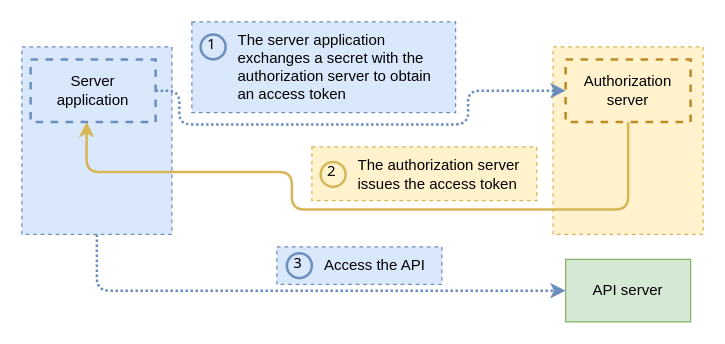
abunuwas/api-sec-book-imgs keeps this draw.io diagram as page "7.8" (8 of 14) of ch07.drawio. Above is the earlier version. Source tidied: cells renumbered, new cells numbered last; positions are measured from the earlier drawing's top-left corner, leaving out a move shared by most shapes. Both pictures are drawn from the tidied source at 125%, with x=0, y=0 at pixel (21, 21).
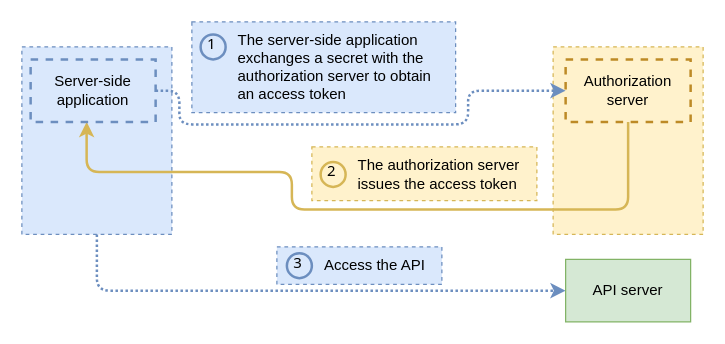
The same diagram, later.

Change to the diagram source:
```diff
@@
-    <mxCell id="7" value="&lt;span style=&quot;text-align: center;&quot;&gt;The server application exchanges a secret with the authorization server to obtain an access token&lt;/span&gt;" style="text;html=1;strokeColor=#6c8ebf;fillColor=#dae8fc;align=left;verticalAlign=middle;whiteSpace=wrap;rounded=0;dashed=1;spacingLeft=35;spacingRight=5;" parent="1" vertex="1">
+    <mxCell id="7" value="&lt;span style=&quot;text-align: center;&quot;&gt;The server-side application exchanges a secret with the authorization server to obtain an access token&lt;/span&gt;" style="text;html=1;strokeColor=#6c8ebf;fillColor=#dae8fc;align=left;verticalAlign=middle;whiteSpace=wrap;rounded=0;dashed=1;spacingLeft=35;spacingRight=5;" parent="1" vertex="1">
       <mxGeometry x="136" width="211" height="72.5" as="geometry" />
     </mxCell>
@@
-    <mxCell id="9" value="Server application" style="rounded=0;whiteSpace=wrap;html=1;dashed=1;fillColor=#dae8fc;strokeColor=#6c8ebf;strokeWidth=2;spacingLeft=10;spacingRight=10;" parent="1" vertex="1">
+    <mxCell id="9" value="Server-side application" style="rounded=0;whiteSpace=wrap;html=1;dashed=1;fillColor=#dae8fc;strokeColor=#6c8ebf;strokeWidth=2;spacingLeft=10;spacingRight=10;" parent="1" vertex="1">
       <mxGeometry x="7" y="30" width="100" height="50" as="geometry" />
     </mxCell>
```
